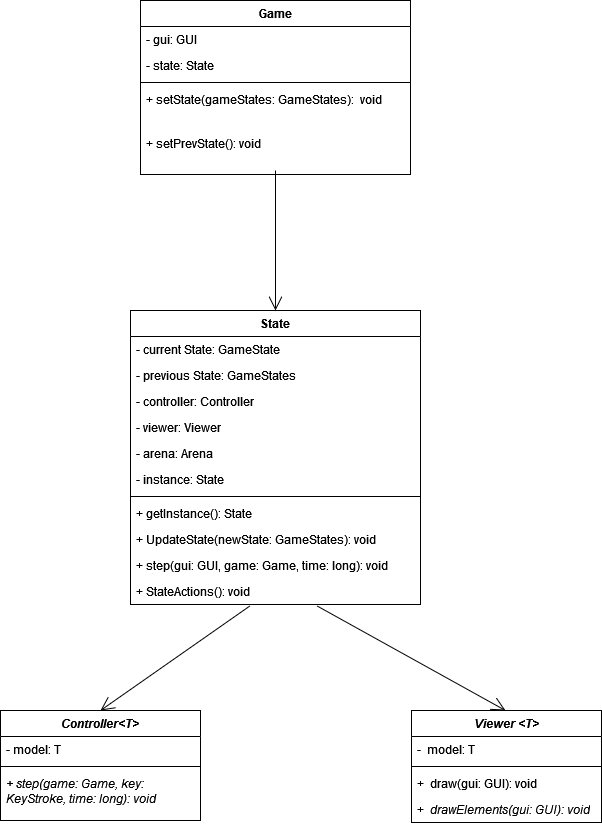
This is docs/Images_UML/Game_Loop_Pattern.png from FEUP-LDTS-2023/project-l04gr03, a draw.io export, as it was before one commit. Source tidied: cells renumbered, new cells last; positions are measured from the earlier drawing's top-left corner, leaving out a move shared by most shapes.
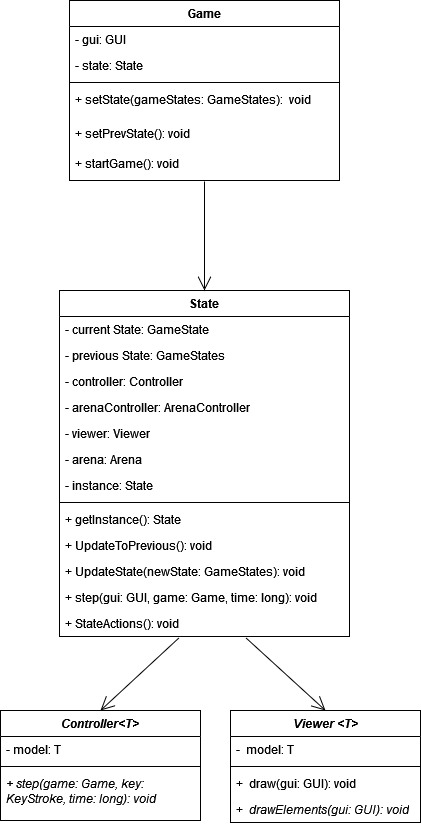
After the commit.

Commit message:
Updating pattern umls for final delivery.

The edit, as a diff of the source:
```diff
@@ -3,7 +3,7 @@
     <mxCell id="0" />
     <mxCell id="1" parent="0" />
     <mxCell id="2" value="State" style="swimlane;fontStyle=1;align=center;verticalAlign=top;horizontal=1;startSize=26;whiteSpace=wrap;html=1;" parent="1" vertex="1">
-      <mxGeometry x="130" y="310" width="290" height="294" as="geometry" />
+      <mxGeometry x="130" y="310" width="290" height="346" as="geometry" />
     </mxCell>
     <mxCell id="3" value="- current State: GameState&lt;span style=&quot;white-space: pre;&quot;&gt;&#9;&lt;/span&gt;" style="text;strokeColor=none;fillColor=none;align=left;verticalAlign=top;spacingLeft=4;spacingRight=4;overflow=hidden;whiteSpace=wrap;html=1;" parent="2" vertex="1">
       <mxGeometry y="26" width="290" height="26" as="geometry" />
@@ -14,32 +14,38 @@
     <mxCell id="5" value="- controller: Controller" style="text;strokeColor=none;fillColor=none;align=left;verticalAlign=top;spacingLeft=4;spacingRight=4;overflow=hidden;whiteSpace=wrap;html=1;" parent="2" vertex="1">
       <mxGeometry y="78" width="290" height="26" as="geometry" />
     </mxCell>
+    <mxCell id="32" value="- arenaController: ArenaController" style="text;strokeColor=none;fillColor=none;align=left;verticalAlign=top;spacingLeft=4;spacingRight=4;overflow=hidden;whiteSpace=wrap;html=1;" parent="2" vertex="1">
+      <mxGeometry y="104" width="290" height="26" as="geometry" />
+    </mxCell>
     <mxCell id="6" value="- viewer: Viewer" style="text;strokeColor=none;fillColor=none;align=left;verticalAlign=top;spacingLeft=4;spacingRight=4;overflow=hidden;whiteSpace=wrap;html=1;" parent="2" vertex="1">
-      <mxGeometry y="104" width="290" height="26" as="geometry" />
+      <mxGeometry y="130" width="290" height="26" as="geometry" />
     </mxCell>
     <mxCell id="7" value="- arena: Arena" style="text;strokeColor=none;fillColor=none;align=left;verticalAlign=top;spacingLeft=4;spacingRight=4;overflow=hidden;whiteSpace=wrap;html=1;" parent="2" vertex="1">
-      <mxGeometry y="130" width="290" height="26" as="geometry" />
+      <mxGeometry y="156" width="290" height="26" as="geometry" />
     </mxCell>
     <mxCell id="8" value="- instance: State" style="text;strokeColor=none;fillColor=none;align=left;verticalAlign=top;spacingLeft=4;spacingRight=4;overflow=hidden;whiteSpace=wrap;html=1;" parent="2" vertex="1">
-      <mxGeometry y="156" width="290" height="26" as="geometry" />
+      <mxGeometry y="182" width="290" height="26" as="geometry" />
     </mxCell>
     <mxCell id="9" style="line;strokeWidth=1;fillColor=none;align=left;verticalAlign=middle;spacingTop=-1;spacingLeft=3;spacingRight=3;labelPosition=right;strokeColor=inherit;" parent="2" vertex="1">
-      <mxGeometry y="182" width="290" height="8" as="geometry" />
+      <mxGeometry y="208" width="290" height="8" as="geometry" />
     </mxCell>
     <mxCell id="10" value="+ getInstance(): State" style="text;strokeColor=none;fillColor=none;align=left;verticalAlign=top;spacingLeft=4;spacingRight=4;overflow=hidden;whiteSpace=wrap;html=1;" parent="2" vertex="1">
-      <mxGeometry y="190" width="290" height="26" as="geometry" />
+      <mxGeometry y="216" width="290" height="26" as="geometry" />
     </mxCell>
+    <mxCell id="33" value="+ UpdateToPrevious(): void" style="text;strokeColor=none;fillColor=none;align=left;verticalAlign=top;spacingLeft=4;spacingRight=4;overflow=hidden;whiteSpace=wrap;html=1;" parent="2" vertex="1">
+      <mxGeometry y="242" width="290" height="26" as="geometry" />
+    </mxCell>
     <mxCell id="11" value="+ UpdateState(newState: GameStates): void" style="text;strokeColor=none;fillColor=none;align=left;verticalAlign=top;spacingLeft=4;spacingRight=4;overflow=hidden;whiteSpace=wrap;html=1;" parent="2" vertex="1">
-      <mxGeometry y="216" width="290" height="26" as="geometry" />
+      <mxGeometry y="268" width="290" height="26" as="geometry" />
     </mxCell>
     <mxCell id="12" value="+ step(gui: GUI, game: Game, time: long): void" style="text;strokeColor=none;fillColor=none;align=left;verticalAlign=top;spacingLeft=4;spacingRight=4;overflow=hidden;whiteSpace=wrap;html=1;" parent="2" vertex="1">
-      <mxGeometry y="242" width="290" height="26" as="geometry" />
+      <mxGeometry y="294" width="290" height="26" as="geometry" />
     </mxCell>
     <mxCell id="13" value="+ StateActions(): void" style="text;strokeColor=none;fillColor=none;align=left;verticalAlign=top;spacingLeft=4;spacingRight=4;overflow=hidden;points=[[0,0.5],[1,0.5]];portConstraint=eastwest;whiteSpace=wrap;html=1;" parent="2" vertex="1">
-      <mxGeometry y="268" width="290" height="26" as="geometry" />
+      <mxGeometry y="320" width="290" height="26" as="geometry" />
     </mxCell>
     <mxCell id="14" value="&lt;i&gt;Controller&amp;lt;T&amp;gt;&lt;/i&gt;" style="swimlane;fontStyle=1;align=center;verticalAlign=top;horizontal=1;startSize=26;whiteSpace=wrap;html=1;" parent="1" vertex="1">
-      <mxGeometry y="710" width="200" height="110" as="geometry" />
+      <mxGeometry x="71" y="730" width="200" height="110" as="geometry" />
     </mxCell>
     <mxCell id="15" value="- model: T" style="text;strokeColor=none;fillColor=none;align=left;verticalAlign=top;spacingLeft=4;spacingRight=4;overflow=hidden;whiteSpace=wrap;html=1;" parent="14" vertex="1">
       <mxGeometry y="26" width="200" height="26" as="geometry" />
@@ -51,7 +57,7 @@
       <mxGeometry y="60" width="200" height="50" as="geometry" />
     </mxCell>
     <mxCell id="18" value="&lt;i&gt;Viewer &amp;lt;T&amp;gt;&lt;/i&gt;" style="swimlane;fontStyle=1;align=center;verticalAlign=top;horizontal=1;startSize=26;whiteSpace=wrap;html=1;" parent="1" vertex="1">
-      <mxGeometry x="411" y="710" width="190" height="112" as="geometry" />
+      <mxGeometry x="301" y="730" width="190" height="112" as="geometry" />
     </mxCell>
     <mxCell id="19" value="-&amp;nbsp; model: T" style="text;strokeColor=none;fillColor=none;align=left;verticalAlign=top;spacingLeft=4;spacingRight=4;overflow=hidden;whiteSpace=wrap;html=1;" parent="18" vertex="1">
       <mxGeometry y="26" width="190" height="26" as="geometry" />
@@ -68,13 +74,11 @@
     <mxCell id="23" style="endArrow=open;endFill=1;endSize=12;html=1;rounded=0;exitX=0.412;exitY=1.054;exitDx=0;exitDy=0;exitPerimeter=0;entryX=0.5;entryY=0;entryDx=0;entryDy=0;" parent="1" edge="1" source="13" target="14">
       <mxGeometry relative="1" as="geometry" />
     </mxCell>
-    <mxCell id="24" style="endArrow=open;endFill=1;endSize=12;html=1;rounded=0;entryX=0.5;entryY=0;entryDx=0;entryDy=0;exitX=0.643;exitY=1.054;exitDx=0;exitDy=0;exitPerimeter=0;" parent="1" edge="1" source="13">
-      <mxGeometry relative="1" as="geometry">
-        <mxPoint x="505" y="710" as="targetPoint" />
-      </mxGeometry>
+    <mxCell id="24" style="endArrow=open;endFill=1;endSize=12;html=1;rounded=0;entryX=0.5;entryY=0;entryDx=0;entryDy=0;exitX=0.643;exitY=1.054;exitDx=0;exitDy=0;exitPerimeter=0;" parent="1" edge="1" source="13" target="18">
+      <mxGeometry relative="1" as="geometry" />
     </mxCell>
     <mxCell id="25" value="Game" style="swimlane;fontStyle=1;align=center;verticalAlign=top;horizontal=1;startSize=26;whiteSpace=wrap;html=1;" parent="1" vertex="1">
-      <mxGeometry x="140" width="270" height="174" as="geometry" />
+      <mxGeometry x="140" y="20" width="270" height="180" as="geometry" />
     </mxCell>
     <mxCell id="26" value="- gui: GUI" style="text;strokeColor=none;fillColor=none;align=left;verticalAlign=top;spacingLeft=4;spacingRight=4;overflow=hidden;whiteSpace=wrap;html=1;" parent="25" vertex="1">
       <mxGeometry y="26" width="270" height="26" as="geometry" />
@@ -86,15 +90,16 @@
       <mxGeometry y="78" width="270" height="8" as="geometry" />
     </mxCell>
     <mxCell id="29" value="+ setState(gameStates: GameStates):&amp;nbsp; void" style="text;strokeColor=none;fillColor=none;align=left;verticalAlign=top;spacingLeft=4;spacingRight=4;overflow=hidden;whiteSpace=wrap;html=1;" parent="25" vertex="1">
-      <mxGeometry y="86" width="270" height="44" as="geometry" />
+      <mxGeometry y="86" width="270" height="34" as="geometry" />
     </mxCell>
     <mxCell id="30" value="+ setPrevState(): void" style="text;strokeColor=none;fillColor=none;align=left;verticalAlign=top;spacingLeft=4;spacingRight=4;overflow=hidden;whiteSpace=wrap;html=1;" parent="25" vertex="1">
-      <mxGeometry y="130" width="270" height="44" as="geometry" />
+      <mxGeometry y="120" width="270" height="30" as="geometry" />
     </mxCell>
+    <mxCell id="34" value="+ startGame(): void" style="text;strokeColor=none;fillColor=none;align=left;verticalAlign=top;spacingLeft=4;spacingRight=4;overflow=hidden;points=[[0,0.5],[1,0.5]];portConstraint=eastwest;whiteSpace=wrap;html=1;" parent="25" vertex="1">
+      <mxGeometry y="150" width="270" height="30" as="geometry" />
+    </mxCell>
-    <mxCell id="31" style="endArrow=open;endFill=1;endSize=12;html=1;rounded=0;entryX=0.5;entryY=0;entryDx=0;entryDy=0;" parent="1" edge="1" target="2">
-      <mxGeometry relative="1" as="geometry">
-        <mxPoint x="275" y="170" as="sourcePoint" />
-      </mxGeometry>
+    <mxCell id="31" style="endArrow=open;endFill=1;endSize=12;html=1;rounded=0;entryX=0.5;entryY=0;entryDx=0;entryDy=0;exitX=0.5;exitY=1.033;exitDx=0;exitDy=0;exitPerimeter=0;" parent="1" edge="1" source="34" target="2">
+      <mxGeometry relative="1" as="geometry" />
     </mxCell>
   </root>
 </mxGraphModel>
```
